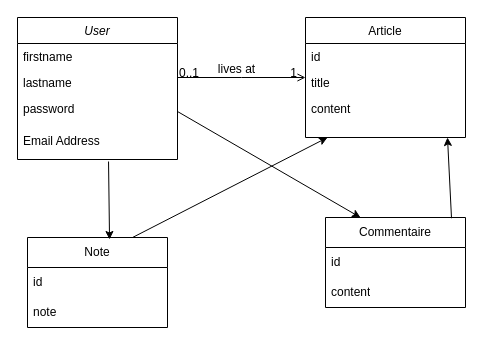
Above: Diagramme sans nom.drawio in kongphengta/PressApp (draw.io), before the change. Source tidied: cells renumbered, new cells numbered last; positions are measured from the earlier drawing's top-left corner, leaving out a move shared by most shapes. Both pictures are drawn from the tidied source at 100%, with x=0, y=0 at pixel (17, 17).
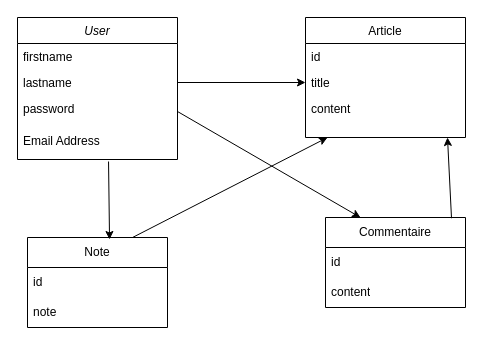
Above is the later version.

Commit message (it also covers changes not shown here):
Mettre à jour Diagramme sans nom.drawio

Unchanged cells that the change refers to:
```xml
<mxCell id="2" value="User" style="swimlane;fontStyle=2;align=center;verticalAlign=top;horizontal=1;startSize=26;rounded=0;shadow=0;strokeWidth=1;" parent="1" vertex="1">
  <mxGeometry width="160" height="142" as="geometry" />
</mxCell>
<mxCell id="4" value="lastname" style="text;align=left;verticalAlign=top;spacingLeft=4;spacingRight=4;overflow=hidden;points=[[0,0.5],[1,0.5]];portConstraint=eastwest;rounded=0;shadow=0;html=0;" parent="2" vertex="1">
  <mxGeometry y="52" width="160" height="26" as="geometry" />
</mxCell>
<mxCell id="7" value="Article" style="swimlane;fontStyle=0;align=center;verticalAlign=top;horizontal=1;startSize=26;rounded=0;shadow=0;strokeWidth=1;" parent="1" vertex="1">
  <mxGeometry x="288" width="160" height="120" as="geometry" />
</mxCell>
<mxCell id="9" value="title" style="text;align=left;verticalAlign=top;spacingLeft=4;spacingRight=4;overflow=hidden;points=[[0,0.5],[1,0.5]];portConstraint=eastwest;rounded=0;shadow=0;html=0;" parent="7" vertex="1">
  <mxGeometry y="52" width="160" height="26" as="geometry" />
</mxCell>
```

The edit, as a diff of the source:
```diff
@@
-    <mxCell id="11" style="endArrow=open;shadow=0;strokeWidth=1;rounded=0;curved=0;endFill=1;edgeStyle=elbowEdgeStyle;elbow=vertical;" parent="1" edge="1" source="2" target="7">
-      <mxGeometry x="0.5" y="41" relative="1" as="geometry">
-        <mxPoint x="-40" y="32" as="offset" />
-      </mxGeometry>
-    </mxCell>
-    <mxCell id="12" value="0..1" style="align=left;verticalAlign=bottom;labelBackgroundColor=none;fontSize=12;" parent="11" vertex="1">
-      <mxGeometry x="-1" relative="1" as="geometry">
-        <mxPoint y="4" as="offset" />
-      </mxGeometry>
-    </mxCell>
-    <mxCell id="13" value="1" style="align=right;verticalAlign=bottom;labelBackgroundColor=none;fontSize=12;" parent="11" vertex="1">
-      <mxGeometry x="1" relative="1" as="geometry">
-        <mxPoint x="-7" y="4" as="offset" />
-      </mxGeometry>
-    </mxCell>
-    <mxCell id="14" value="lives at" style="text;html=1;align=center;verticalAlign=middle;labelBackgroundColor=none;rounded=0;shadow=0;strokeWidth=1;fontSize=12;" parent="11" vertex="1">
-      <mxGeometry x="0.5" y="49" relative="1" as="geometry">
-        <mxPoint x="-38" y="40" as="offset" />
-      </mxGeometry>
-    </mxCell>
@@
+    <mxCell id="25" style="endArrow=classic;html=1;rounded=0;entryX=0;entryY=0.5;entryDx=0;entryDy=0;exitX=1;exitY=0.5;exitDx=0;exitDy=0;" parent="1" edge="1" source="4" target="9">
+      <mxGeometry relative="1" as="geometry" />
+    </mxCell>
```
